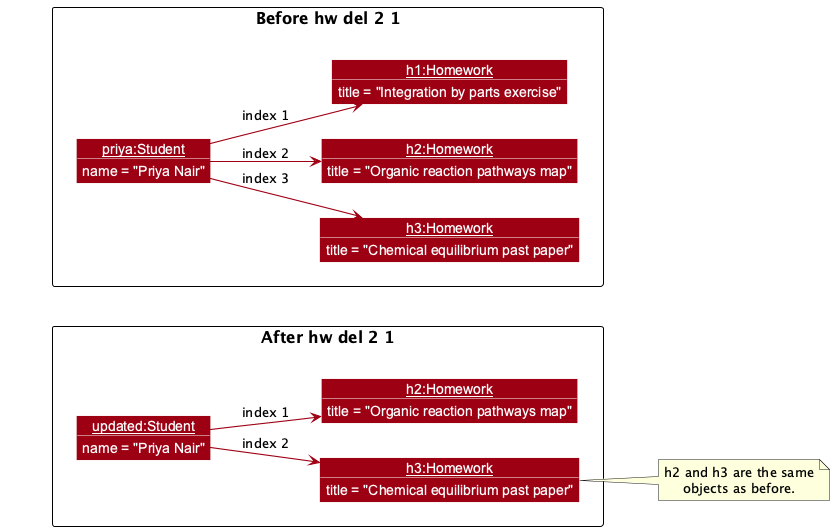
Above: docs/images/HomeworkIndexObjectDiagram.png in AY2627S1-CS2103-F12-1/tp (PlantUML), before the change.
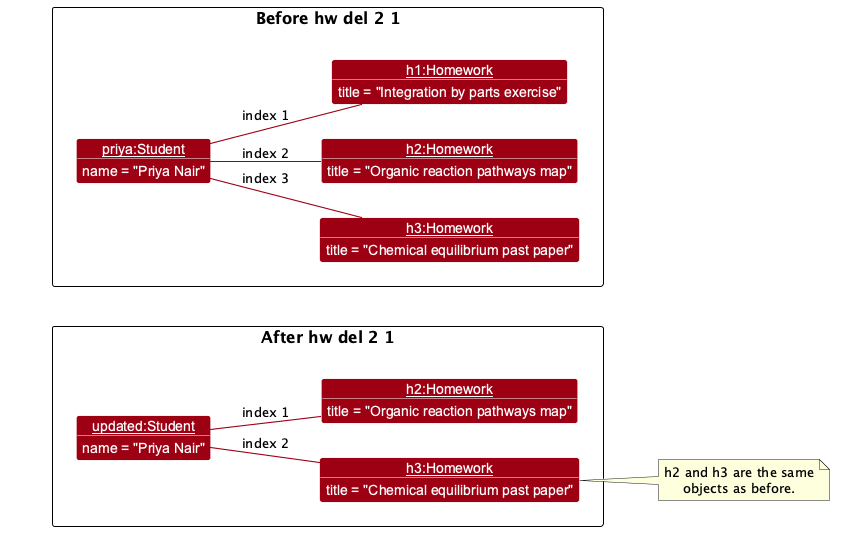
After the change.

Commit message:
DG: Correct notation in the homework diagrams

Diff of the diagram source:
```diff
@@ -38,12 +38,12 @@
 }
 }
 
-priya --> h1 : index 1
-priya --> h2 : index 2
-priya --> h3 : index 3
+priya -- h1 : index 1
+priya -- h2 : index 2
+priya -- h3 : index 3
 
-updated --> h2After : index 1
-updated --> h3After : index 2
+updated -- h2After : index 1
+updated -- h3After : index 2
 
 After -[hidden]right- Before
 
```
